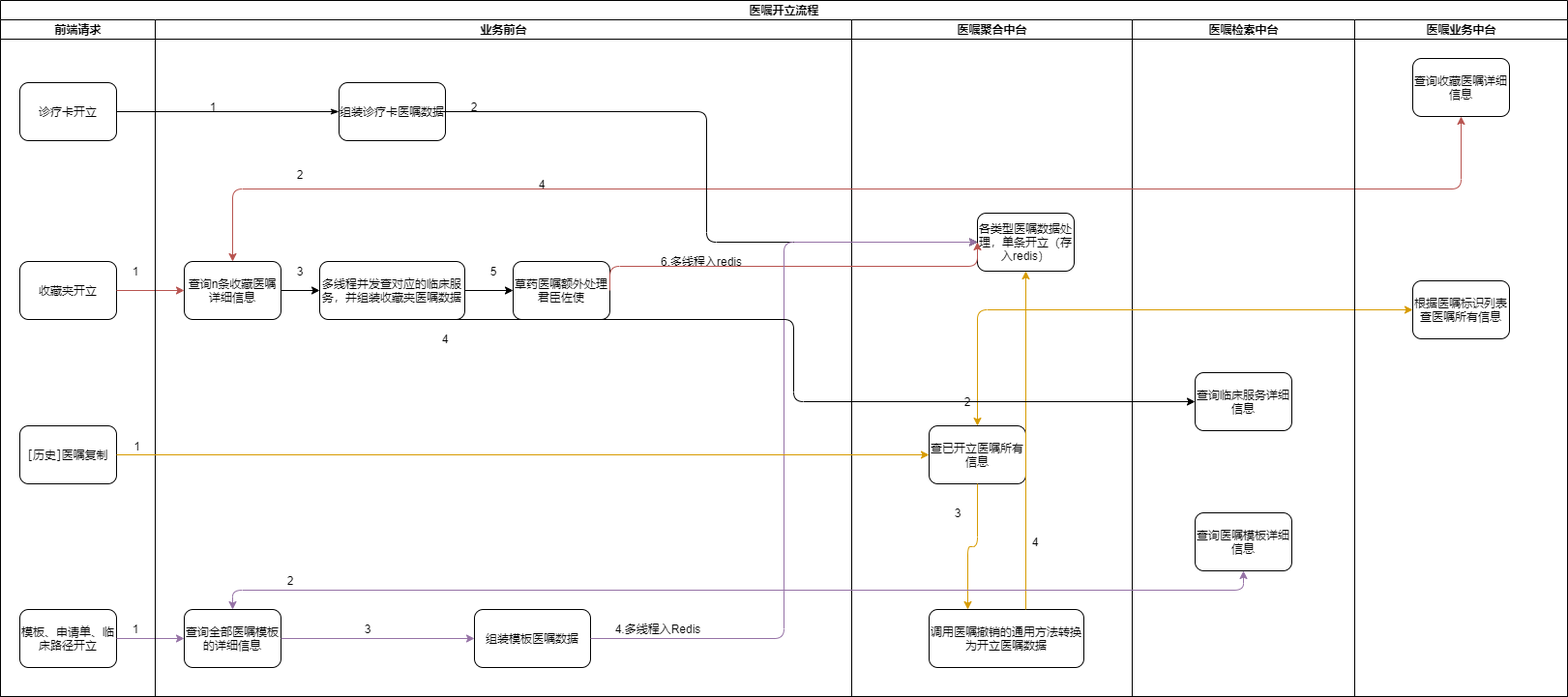
Earlier version of the draw.io export 医嘱开立流程.png (qkf5811/workspace). Source tidied: cells renumbered, new cells last; positions are measured from the earlier drawing's top-left corner, leaving out a move shared by most shapes.
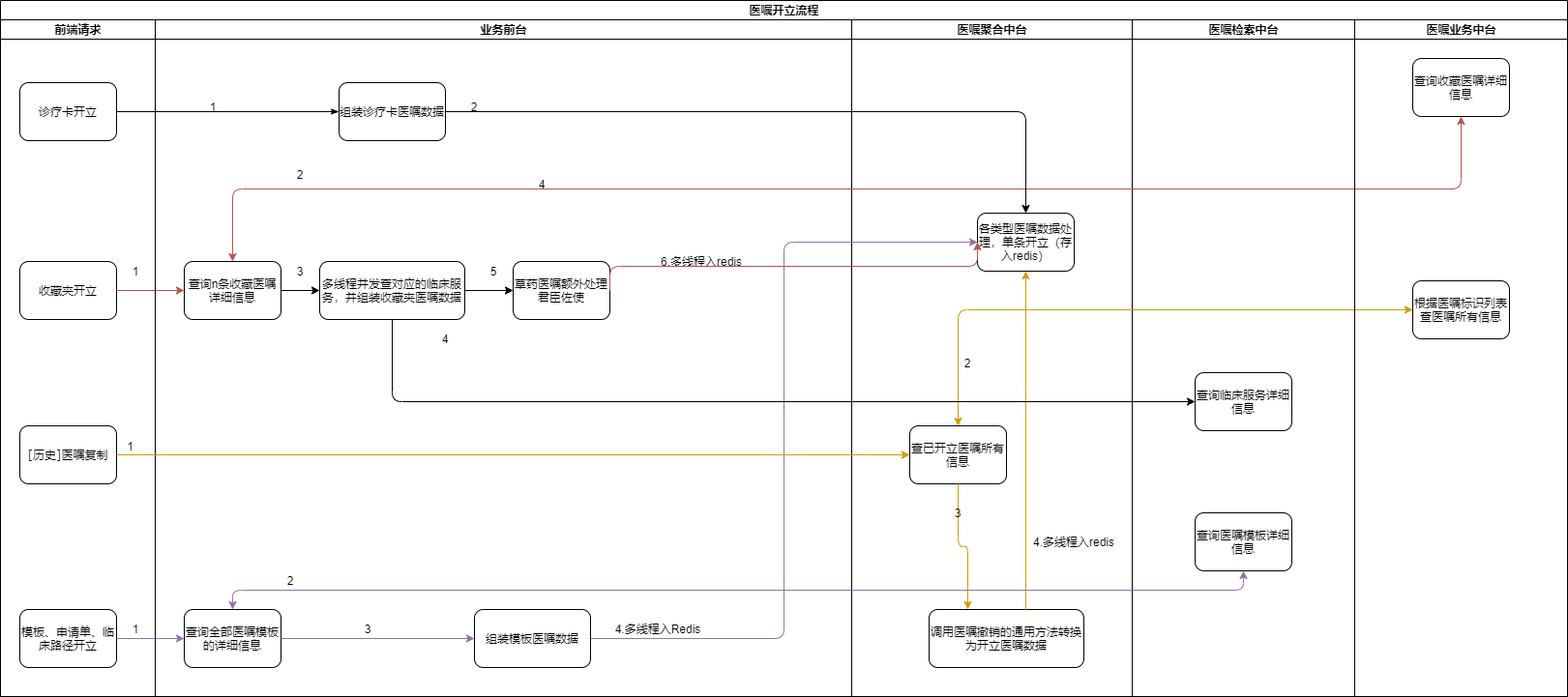
The same diagram one commit later.

Commit message:
Update 医嘱开立流程.png

What changed in the source:
```diff
@@ -105,7 +105,7 @@
       <mxGeometry x="130" y="200" width="100" height="60" as="geometry" />
     </mxCell>
     <mxCell id="36" value="查已开立医嘱所有信息" style="rounded=1;whiteSpace=wrap;html=1;" parent="34" vertex="1">
-      <mxGeometry x="80" y="420" width="100" height="60" as="geometry" />
+      <mxGeometry x="60" y="420" width="100" height="60" as="geometry" />
     </mxCell>
     <mxCell id="37" value="调用医嘱撤销的通用方法转换为开立医嘱数据" style="rounded=1;whiteSpace=wrap;html=1;" parent="34" vertex="1">
       <mxGeometry x="80" y="610" width="160" height="60" as="geometry" />
@@ -120,10 +120,10 @@
       </mxGeometry>
     </mxCell>
     <mxCell id="40" value="2" style="text;html=1;strokeColor=none;fillColor=none;align=center;verticalAlign=middle;whiteSpace=wrap;rounded=0;fontSize=12;" parent="34" vertex="1">
-      <mxGeometry x="100" y="385" width="40" height="20" as="geometry" />
+      <mxGeometry x="100" y="345" width="40" height="20" as="geometry" />
     </mxCell>
-    <mxCell id="41" value="4" style="text;html=1;strokeColor=none;fillColor=none;align=center;verticalAlign=middle;whiteSpace=wrap;rounded=0;fontSize=12;" parent="34" vertex="1">
-      <mxGeometry x="170" y="530" width="40" height="20" as="geometry" />
+    <mxCell id="41" value="4.多线程入redis" style="text;html=1;strokeColor=none;fillColor=none;align=center;verticalAlign=middle;whiteSpace=wrap;rounded=0;fontSize=12;" parent="34" vertex="1">
+      <mxGeometry x="180" y="530" width="100" height="20" as="geometry" />
     </mxCell>
     <mxCell id="42" value="3" style="text;html=1;strokeColor=none;fillColor=none;align=center;verticalAlign=middle;whiteSpace=wrap;rounded=0;fontSize=12;" parent="34" vertex="1">
       <mxGeometry x="90" y="500" width="40" height="20" as="geometry" />
@@ -143,12 +143,10 @@
     <mxCell id="47" style="endArrow=classic;startArrow=classic;html=1;fontSize=12;exitX=0.5;exitY=0;exitDx=0;exitDy=0;entryX=0.5;entryY=1;entryDx=0;entryDy=0;edgeStyle=elbowEdgeStyle;elbow=vertical;fillColor=#e1d5e7;strokeColor=#9673a6;" parent="2" edge="1" source="17" target="44">
       <mxGeometry relative="1" as="geometry" />
     </mxCell>
-    <mxCell id="48" style="endArrow=classic;html=1;fontSize=12;entryX=0;entryY=0.5;entryDx=0;entryDy=0;edgeStyle=elbowEdgeStyle;" parent="2" edge="1" target="35">
-      <mxGeometry relative="1" as="geometry">
-        <mxPoint x="450" y="115" as="sourcePoint" />
-      </mxGeometry>
+    <mxCell id="48" style="endArrow=classic;html=1;fontSize=12;entryX=0.5;entryY=0;entryDx=0;entryDy=0;edgeStyle=orthogonalEdgeStyle;elbow=vertical;exitX=1;exitY=0.5;exitDx=0;exitDy=0;" parent="2" edge="1" source="14" target="35">
+      <mxGeometry relative="1" as="geometry" />
     </mxCell>
-    <mxCell id="49" style="endArrow=classic;html=1;fontSize=12;exitX=1;exitY=0.5;exitDx=0;exitDy=0;entryX=0;entryY=0.5;entryDx=0;entryDy=0;fillColor=#f8cecc;strokeColor=#b85450;edgeStyle=elbowEdgeStyle;elbow=vertical;exitPerimeter=0;" parent="2" edge="1" source="28" target="35">
+    <mxCell id="49" style="endArrow=classic;html=1;fontSize=12;exitX=1;exitY=0.5;exitDx=0;exitDy=0;entryX=0;entryY=0.5;entryDx=0;entryDy=0;fillColor=#f8cecc;strokeColor=#b85450;edgeStyle=elbowEdgeStyle;exitPerimeter=0;elbow=vertical;" parent="2" edge="1" source="28" target="35">
       <mxGeometry relative="1" as="geometry" />
     </mxCell>
     <mxCell id="50" style="endArrow=classic;html=1;fontSize=12;exitX=1;exitY=0.5;exitDx=0;exitDy=0;entryX=0;entryY=0.5;entryDx=0;entryDy=0;edgeStyle=elbowEdgeStyle;fillColor=#e1d5e7;strokeColor=#9673a6;" parent="2" edge="1" source="18" target="35">
@@ -174,7 +172,7 @@
     <mxCell id="56" value="根据医嘱标识列表查医嘱所有信息" style="rounded=1;whiteSpace=wrap;html=1;" parent="54" vertex="1">
       <mxGeometry x="60" y="270" width="100" height="60" as="geometry" />
     </mxCell>
-    <mxCell id="57" style="endArrow=classic;html=1;shadow=0;fontSize=12;exitX=0.5;exitY=1;exitDx=0;exitDy=0;entryX=0;entryY=0.5;entryDx=0;entryDy=0;edgeStyle=elbowEdgeStyle;" parent="2" edge="1" source="16" target="45">
+    <mxCell id="57" style="endArrow=classic;html=1;shadow=0;fontSize=12;exitX=0.5;exitY=1;exitDx=0;exitDy=0;entryX=0;entryY=0.5;entryDx=0;entryDy=0;edgeStyle=orthogonalEdgeStyle;" parent="2" edge="1" source="16" target="45">
       <mxGeometry relative="1" as="geometry" />
     </mxCell>
   </root>
```
